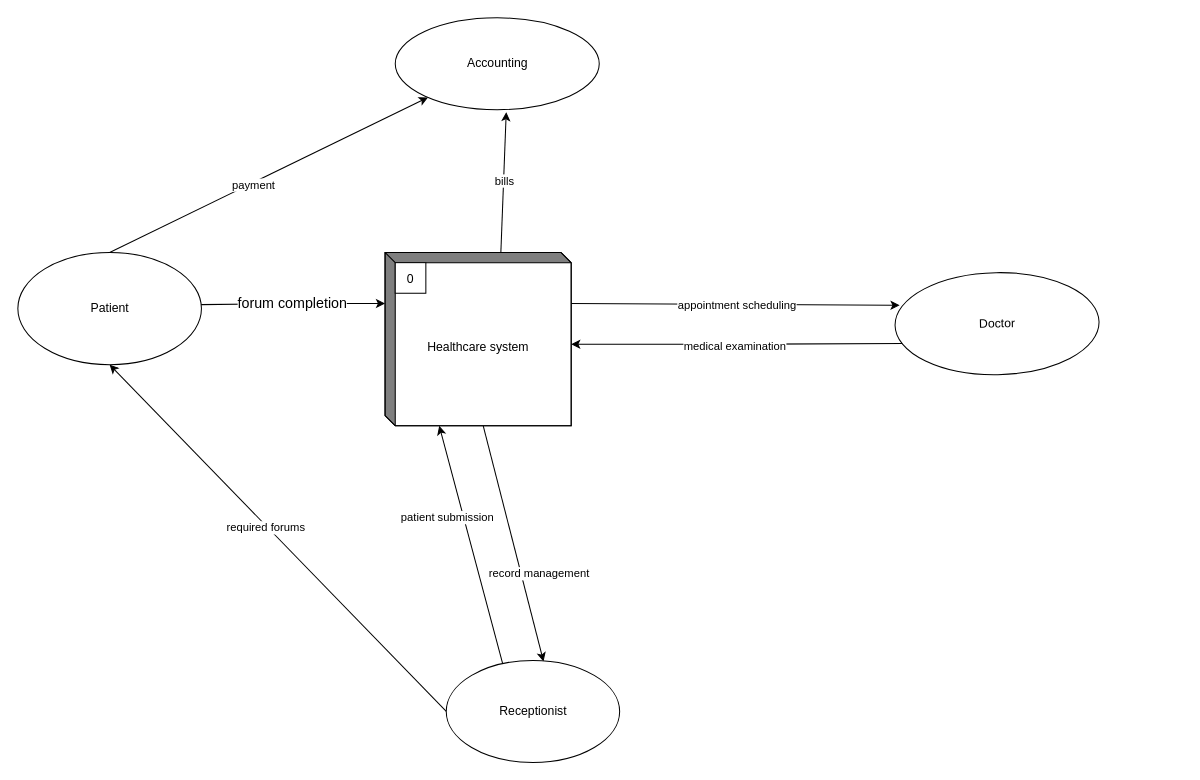
This is levelzeroDFD.drawio from srssina/Healthcare_Database_system, a draw.io file, before an edit. Source tidied: cells renumbered, new cells numbered last; positions are measured from the earlier drawing's top-left corner, leaving out a move shared by most shapes. Both pictures are drawn from the tidied source at 102%, with x=0, y=0 at pixel (17, 17).
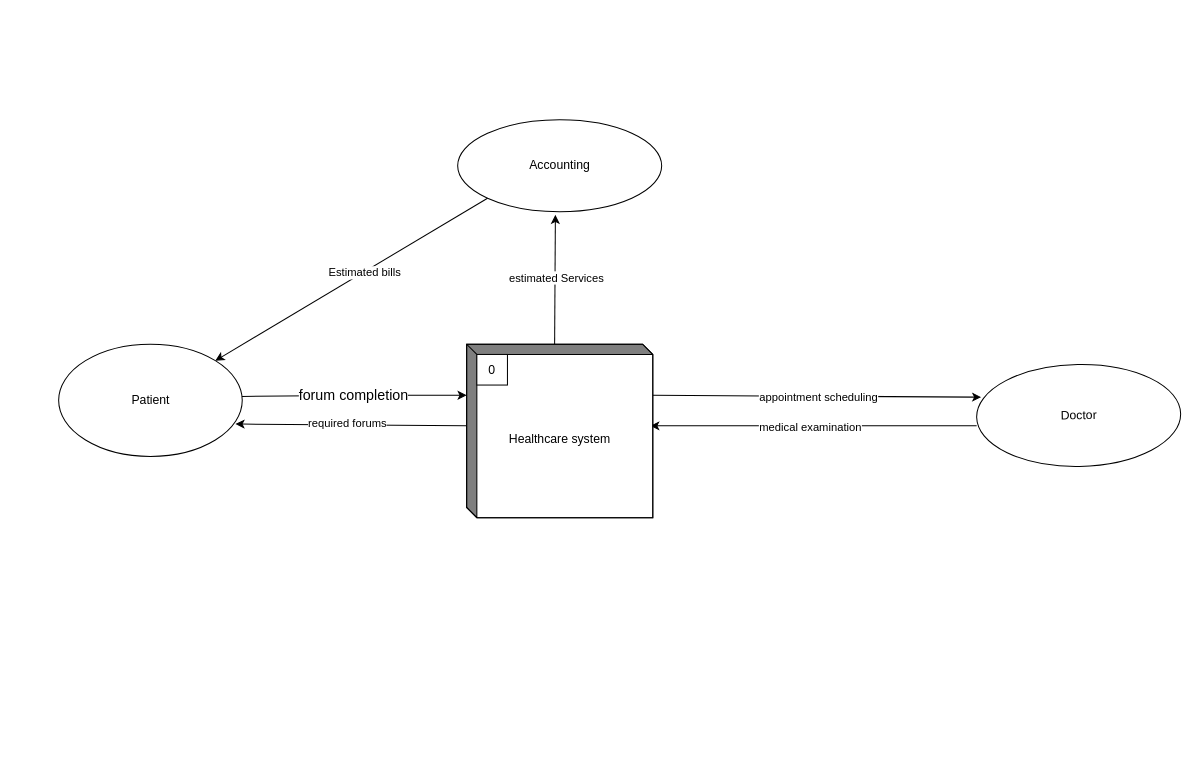
After the change.

Diff of the diagram source:
```diff
@@
-    <mxCell id="3" value="record management" style="edgeStyle=none;html=1;exitX=0;exitY=0;exitDx=96.25;exitDy=170;exitPerimeter=0;entryX=0.561;entryY=0.01;entryDx=0;entryDy=0;entryPerimeter=0;" parent="1" edge="1" source="15" target="14">
-      <mxGeometry x="0.29" y="17" relative="1" as="geometry" />
-    </mxCell>
-    <mxCell id="4" value="medical examination" style="edgeStyle=none;html=1;exitX=0.042;exitY=0.679;exitDx=0;exitDy=0;entryX=0;entryY=0;entryDx=182.5;entryDy=90;entryPerimeter=0;exitPerimeter=0;" parent="1" edge="1" source="5" target="15">
+    <mxCell id="4" value="medical examination" style="edgeStyle=none;html=1;" parent="1" edge="1">
       <mxGeometry x="0.02" y="2" relative="1" as="geometry">
-        <Array as="points">
-          <mxPoint x="700" y="320" />
-        </Array>
+        <mxPoint x="940" y="400" as="sourcePoint" />
+        <mxPoint x="620" y="400" as="targetPoint" />
       </mxGeometry>
     </mxCell>
     <mxCell id="5" value="Doctor" style="shape=ellipse;html=1;dashed=0;whitespace=wrap;perimeter=ellipsePerimeter;rounded=0;strokeColor=default;fillColor=default;gradientColor=none;rotation=-1;" parent="1" vertex="1">
-      <mxGeometry x="860" y="249.8" width="200" height="100" as="geometry" />
+      <mxGeometry x="940" y="339.8" width="200" height="100" as="geometry" />
     </mxCell>
-    <mxCell id="6" value="bills" style="edgeStyle=none;html=1;exitX=0.622;exitY=0.004;exitDx=0;exitDy=0;entryX=0.544;entryY=1.027;entryDx=0;entryDy=0;exitPerimeter=0;entryPerimeter=0;" parent="1" edge="1" source="15" target="7">
+    <mxCell id="6" value="estimated Services" style="edgeStyle=none;html=1;entryX=0.479;entryY=1.035;entryDx=0;entryDy=0;exitX=0;exitY=0;exitDx=86.25;exitDy=0;exitPerimeter=0;entryPerimeter=0;" parent="1" edge="1" source="15" target="7">
       <mxGeometry x="0.02" y="-1" relative="1" as="geometry" />
     </mxCell>
     <mxCell id="7" value="Accounting" style="shape=ellipse;html=1;dashed=0;whitespace=wrap;perimeter=ellipsePerimeter;rounded=0;strokeColor=default;fillColor=default;gradientColor=none;" parent="1" vertex="1">
-      <mxGeometry x="370" width="200" height="90" as="geometry" />
+      <mxGeometry x="431.2" y="100" width="200" height="90" as="geometry" />
     </mxCell>
     <mxCell id="8" value="&lt;span style=&quot;font-size: 14px;&quot;&gt;forum completion&lt;/span&gt;" style="edgeStyle=none;html=1;exitX=0.997;exitY=0.465;exitDx=0;exitDy=0;entryX=0;entryY=0;entryDx=0;entryDy=50;entryPerimeter=0;exitPerimeter=0;" parent="1" edge="1" source="10" target="15">
       <mxGeometry relative="1" as="geometry">
         <Array as="points">
-          <mxPoint x="280" y="280" />
+          <mxPoint x="360" y="370" />
         </Array>
       </mxGeometry>
     </mxCell>
-    <mxCell id="9" value="payment" style="edgeStyle=none;html=1;exitX=0.5;exitY=0;exitDx=0;exitDy=0;" parent="1" edge="1" source="10" target="7">
-      <mxGeometry x="-0.1" y="-2" relative="1" as="geometry" />
+    <mxCell id="9" value="Estimated bills" style="edgeStyle=none;html=1;entryX=1;entryY=0;entryDx=0;entryDy=0;exitX=0;exitY=1;exitDx=0;exitDy=0;" parent="1" edge="1" source="7" target="10">
+      <mxGeometry x="-0.09" y="1" relative="1" as="geometry" />
     </mxCell>
     <mxCell id="10" value="Patient" style="shape=ellipse;html=1;dashed=0;whitespace=wrap;perimeter=ellipsePerimeter;rounded=0;strokeColor=default;fillColor=default;gradientColor=none;" parent="1" vertex="1">
-      <mxGeometry y="230" width="180" height="110" as="geometry" />
+      <mxGeometry x="40" y="320" width="180" height="110" as="geometry" />
     </mxCell>
-    <mxCell id="11" value="patient submission" style="edgeStyle=none;html=1;exitX=0.328;exitY=0.049;exitDx=0;exitDy=0;entryX=0;entryY=0;entryDx=53.125;entryDy=170;entryPerimeter=0;exitPerimeter=0;" parent="1" edge="1" source="14" target="15">
-      <mxGeometry x="0.27" y="17" relative="1" as="geometry">
-        <mxPoint x="1" as="offset" />
-      </mxGeometry>
-    </mxCell>
-    <mxCell id="12" style="edgeStyle=none;html=1;exitX=0;exitY=0.5;exitDx=0;exitDy=0;entryX=0.5;entryY=1;entryDx=0;entryDy=0;" parent="1" edge="1" source="14" target="10">
-      <mxGeometry relative="1" as="geometry" />
-    </mxCell>
-    <mxCell id="13" value="required forums" style="edgeLabel;html=1;align=center;verticalAlign=middle;" parent="12" vertex="1">
-      <mxGeometry x="0.07" y="2" relative="1" as="geometry" />
+    <mxCell id="13" style="edgeStyle=none;html=1;exitX=0;exitY=0;exitDx=0;exitDy=80;exitPerimeter=0;entryX=0.963;entryY=0.711;entryDx=0;entryDy=0;entryPerimeter=0;" parent="1" edge="1" source="15" target="10">
+      <mxGeometry relative="1" as="geometry" />
     </mxCell>
-    <mxCell id="14" value="Receptionist" style="shape=ellipse;html=1;dashed=0;whitespace=wrap;perimeter=ellipsePerimeter;rounded=0;strokeColor=default;fillColor=default;gradientColor=none;" parent="1" vertex="1">
-      <mxGeometry x="420" y="630" width="170" height="100" as="geometry" />
-    </mxCell>
+    <mxCell id="17" value="required forums" style="edgeLabel;html=1;align=center;verticalAlign=middle;" parent="13" vertex="1">
+      <mxGeometry x="0.41" y="-1" relative="1" as="geometry">
+        <mxPoint x="42" as="offset" />
+      </mxGeometry>
+    </mxCell>
     <mxCell id="15" value="&lt;br&gt;Healthcare system" style="html=1;dashed=0;whitespace=wrap;shape=mxgraph.dfd.externalEntity;" parent="1" vertex="1">
-      <mxGeometry x="360" y="230" width="182.5" height="170" as="geometry" />
+      <mxGeometry x="440" y="320" width="182.5" height="170" as="geometry" />
     </mxCell>
```
